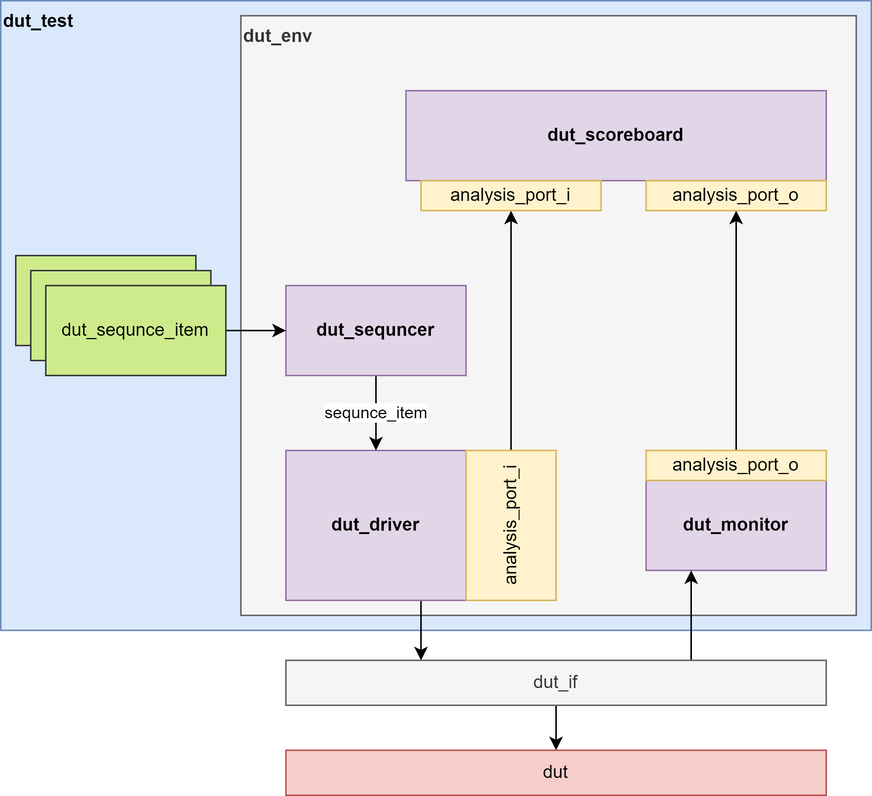
The draw.io diagram doc/uvm-test.drawio.png in vicg42/ialu_test, before a commit. Source tidied: cells renumbered, new cells last; positions are measured from the earlier drawing's top-left corner, leaving out a move shared by most shapes.
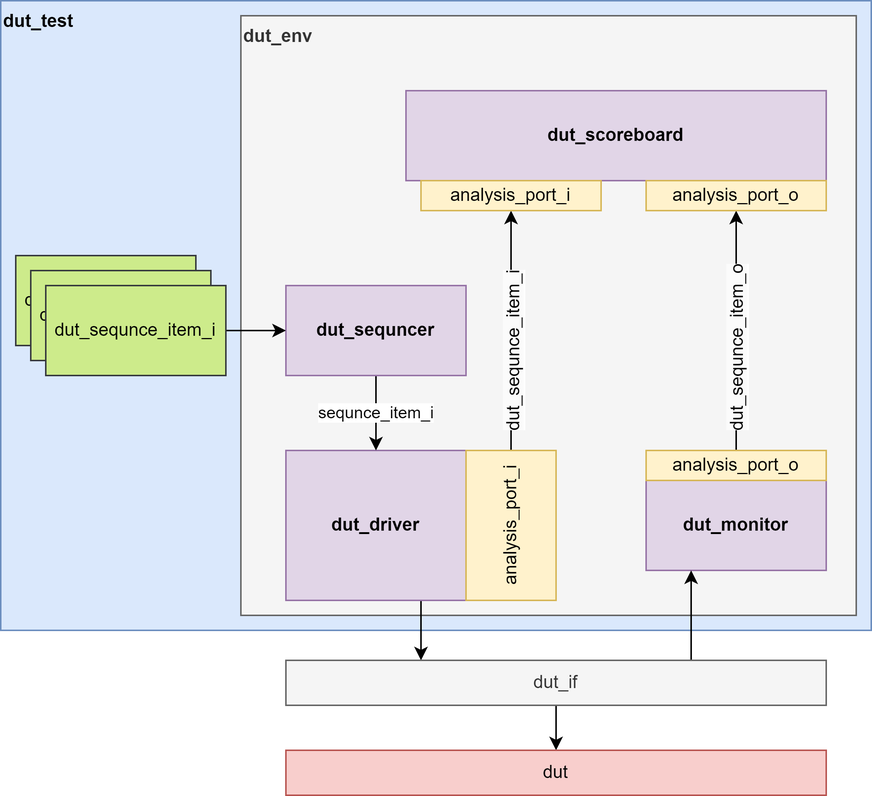
The same diagram one commit later.

Diff of the diagram source:
```diff
@@ -17,22 +17,22 @@
     <mxCell id="6" value="dut_driver" style="rounded=0;whiteSpace=wrap;html=1;fillColor=#e1d5e7;strokeColor=#9673a6;fontStyle=1;" parent="1" vertex="1">
       <mxGeometry x="190" y="300" width="120" height="100" as="geometry" />
     </mxCell>
-    <mxCell id="7" value="sequnce_item" style="edgeStyle=none;html=1;exitX=0.5;exitY=1;exitDx=0;exitDy=0;entryX=0.5;entryY=0;entryDx=0;entryDy=0;" parent="1" edge="1" source="8" target="6">
+    <mxCell id="7" value="sequnce_item_i" style="edgeStyle=none;html=1;exitX=0.5;exitY=1;exitDx=0;exitDy=0;entryX=0.5;entryY=0;entryDx=0;entryDy=0;" parent="1" edge="1" source="8" target="6">
       <mxGeometry relative="1" as="geometry" />
     </mxCell>
     <mxCell id="8" value="dut_sequncer" style="rounded=0;whiteSpace=wrap;html=1;fillColor=#e1d5e7;strokeColor=#9673a6;fontStyle=1;" parent="1" vertex="1">
       <mxGeometry x="190" y="190" width="120" height="60" as="geometry" />
     </mxCell>
-    <mxCell id="9" value="dut_sequnce_item" style="rounded=0;whiteSpace=wrap;html=1;fillColor=#cdeb8b;strokeColor=#36393d;" parent="1" vertex="1">
+    <mxCell id="9" value="dut_sequnce_item_i" style="rounded=0;whiteSpace=wrap;html=1;fillColor=#cdeb8b;strokeColor=#36393d;" parent="1" vertex="1">
       <mxGeometry x="10" y="170" width="120" height="60" as="geometry" />
     </mxCell>
-    <mxCell id="10" value="dut_sequncer" style="rounded=0;whiteSpace=wrap;html=1;fillColor=#cdeb8b;strokeColor=#36393d;" parent="1" vertex="1">
+    <mxCell id="10" value="dut_sequnce_item_i" style="rounded=0;whiteSpace=wrap;html=1;fillColor=#cdeb8b;strokeColor=#36393d;" parent="1" vertex="1">
       <mxGeometry x="20" y="180" width="120" height="60" as="geometry" />
     </mxCell>
     <mxCell id="11" style="edgeStyle=none;html=1;exitX=1;exitY=0.5;exitDx=0;exitDy=0;entryX=0;entryY=0.5;entryDx=0;entryDy=0;" parent="1" edge="1" source="12" target="8">
       <mxGeometry relative="1" as="geometry" />
     </mxCell>
-    <mxCell id="12" value="dut_sequnce_item" style="rounded=0;whiteSpace=wrap;html=1;fillColor=#cdeb8b;strokeColor=#36393d;" parent="1" vertex="1">
+    <mxCell id="12" value="dut_sequnce_item_i" style="rounded=0;whiteSpace=wrap;html=1;fillColor=#cdeb8b;strokeColor=#36393d;" parent="1" vertex="1">
       <mxGeometry x="30" y="190" width="120" height="60" as="geometry" />
     </mxCell>
     <mxCell id="13" value="&lt;b&gt;dut_scoreboard&lt;/b&gt;" style="rounded=0;whiteSpace=wrap;html=1;fillColor=#e1d5e7;strokeColor=#9673a6;" parent="1" vertex="1">
@@ -53,12 +53,18 @@
     <mxCell id="18" style="edgeStyle=none;html=1;exitX=0.5;exitY=0;exitDx=0;exitDy=0;entryX=0.5;entryY=1;entryDx=0;entryDy=0;" parent="1" edge="1" source="19" target="22">
       <mxGeometry relative="1" as="geometry" />
     </mxCell>
+    <mxCell id="24" value="&lt;span style=&quot;font-size: 12px; background-color: rgb(251, 251, 251);&quot;&gt;dut_sequnce_item_o&lt;/span&gt;" style="edgeLabel;html=1;align=center;verticalAlign=middle;horizontal=0;" parent="18" vertex="1">
+      <mxGeometry x="-0.16" relative="1" as="geometry" />
+    </mxCell>
     <mxCell id="19" value="analysis_port_o" style="rounded=0;whiteSpace=wrap;html=1;fillColor=#fff2cc;strokeColor=#d6b656;" parent="1" vertex="1">
       <mxGeometry x="430" y="300" width="120" height="20" as="geometry" />
     </mxCell>
-    <mxCell id="20" style="edgeStyle=none;html=1;exitX=0.5;exitY=0;exitDx=0;exitDy=0;" parent="1" edge="1" source="21" target="23">
+    <mxCell id="20" style="edgeStyle=none;html=1;exitX=0.5;exitY=0;exitDx=0;exitDy=0;horizontal=1;" parent="1" edge="1" source="21" target="23">
       <mxGeometry relative="1" as="geometry" />
     </mxCell>
+    <mxCell id="25" value="&lt;span style=&quot;font-size: 12px; background-color: rgb(251, 251, 251);&quot;&gt;dut_sequnce_item_i&lt;/span&gt;" style="edgeLabel;html=1;align=center;verticalAlign=middle;rotation=-90;" parent="20" vertex="1">
+      <mxGeometry x="-0.19" y="-1" relative="1" as="geometry" />
+    </mxCell>
     <mxCell id="21" value="analysis_port_i" style="rounded=0;whiteSpace=wrap;html=1;direction=east;horizontal=0;fillColor=#fff2cc;strokeColor=#d6b656;" parent="1" vertex="1">
       <mxGeometry x="310" y="300" width="60" height="100" as="geometry" />
     </mxCell>
```
